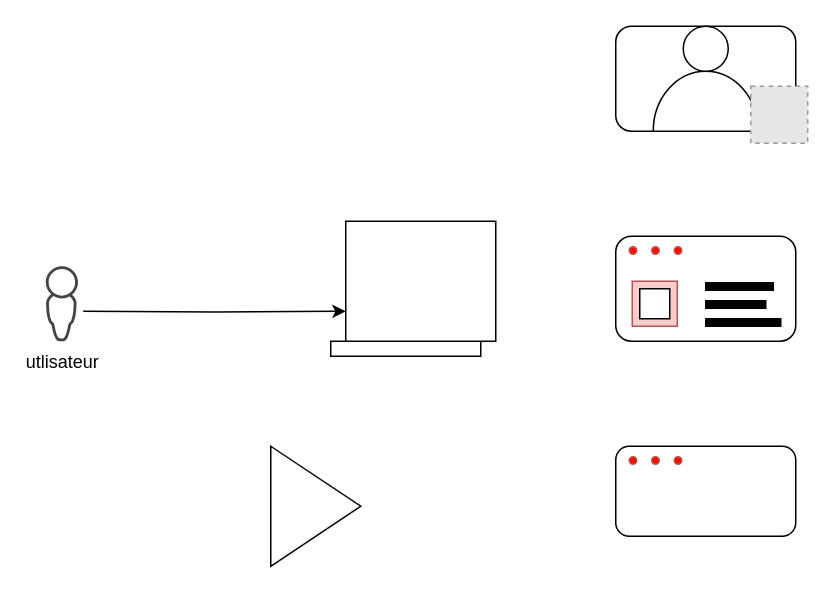
Above: SAML 2.0 - Schéma SSO initié par IdP.drawio in Gu1Gos/FYC (draw.io), before the change. Source tidied: cells renumbered, new cells numbered last; positions are measured from the earlier drawing's top-left corner, leaving out a move shared by most shapes. Both pictures are drawn from the tidied source at 150%, with x=0, y=0 at pixel (45, 26). Pictures stored in the file or linked from it are replaced by grey dashed boxes.
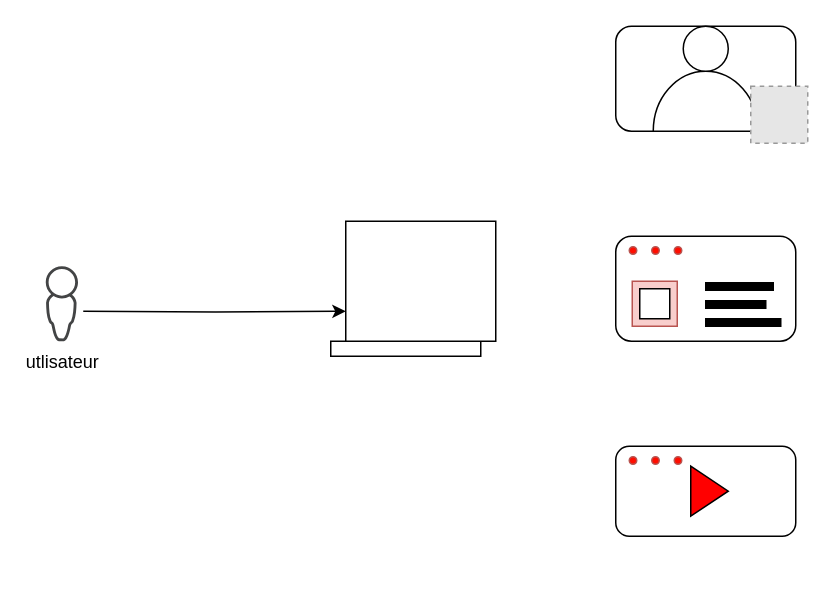
After the change.

Commit message (it also covers changes not shown here):
Mettre à jour SAML 2.0 - Schéma SSO initié par IdP.drawio

Diff of the diagram source:
```diff
@@
-    <mxCell id="24" style="triangle;whiteSpace=wrap;html=1;" parent="1" vertex="1">
-      <mxGeometry x="150" y="280" width="60" height="80" as="geometry" />
+    <mxCell id="24" style="triangle;whiteSpace=wrap;html=1;fillColor=#ff0000;" parent="1" vertex="1">
+      <mxGeometry x="430" y="293.3" width="25" height="33.3" as="geometry" />
     </mxCell>
```
